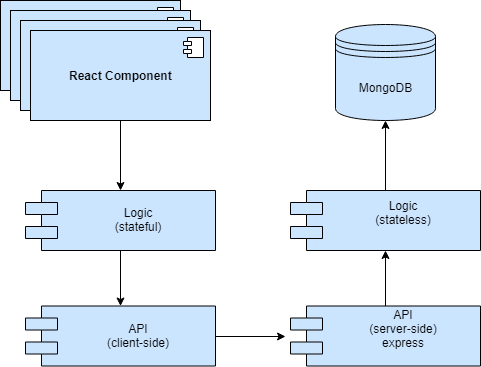
Above: staff/alicia-alcaide/photopin/photopin-doc/images/components.png in b00tc4mp/skylab-bootcamp-201901 (draw.io), before the change. Source tidied: cells renumbered, new cells last; positions are measured from the earlier drawing's top-left corner, leaving out a move shared by most shapes.
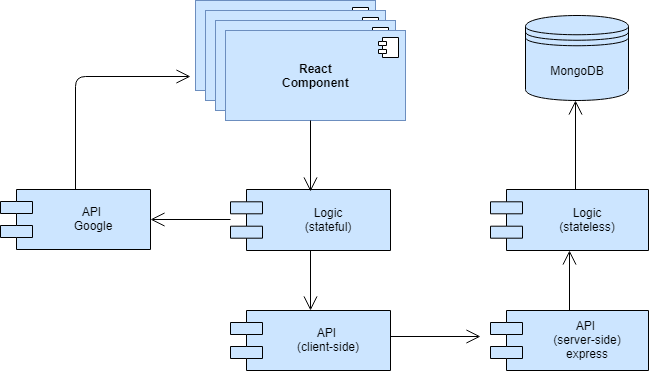
Above is the later version.

Diff of the diagram source:
```diff
@@ -2,69 +2,92 @@
   <root>
     <mxCell id="0" />
     <mxCell id="1" parent="0" />
-    <mxCell id="2" value="&lt;b&gt;React Component&lt;/b&gt;" style="html=1;fillColor=#CCE5FF;" parent="1" vertex="1">
-      <mxGeometry width="180" height="90" as="geometry" />
-    </mxCell>
-    <mxCell id="3" style="shape=component;jettyWidth=8;jettyHeight=4;" parent="2" vertex="1">
-      <mxGeometry x="1" width="20" height="20" relative="1" as="geometry">
-        <mxPoint x="-27" y="7" as="offset" />
-      </mxGeometry>
-    </mxCell>
-    <mxCell id="4" value="&lt;b&gt;React Component&lt;/b&gt;" style="html=1;fillColor=#CCE5FF;" parent="1" vertex="1">
-      <mxGeometry x="10" y="10" width="180" height="90" as="geometry" />
-    </mxCell>
-    <mxCell id="5" style="shape=component;jettyWidth=8;jettyHeight=4;" parent="4" vertex="1">
-      <mxGeometry x="1" width="20" height="20" relative="1" as="geometry">
-        <mxPoint x="-27" y="7" as="offset" />
-      </mxGeometry>
-    </mxCell>
-    <mxCell id="6" value="&lt;b&gt;React Component&lt;/b&gt;" style="html=1;fillColor=#CCE5FF;" parent="1" vertex="1">
-      <mxGeometry x="20" y="20" width="180" height="90" as="geometry" />
-    </mxCell>
-    <mxCell id="7" style="shape=component;jettyWidth=8;jettyHeight=4;" parent="6" vertex="1">
-      <mxGeometry x="1" width="20" height="20" relative="1" as="geometry">
-        <mxPoint x="-27" y="7" as="offset" />
-      </mxGeometry>
-    </mxCell>
-    <mxCell id="8" value="&lt;b&gt;React Component&lt;/b&gt;" style="html=1;fillColor=#CCE5FF;" parent="1" vertex="1">
-      <mxGeometry x="30" y="30" width="180" height="90" as="geometry" />
-    </mxCell>
-    <mxCell id="9" style="shape=component;jettyWidth=8;jettyHeight=4;" parent="8" vertex="1">
-      <mxGeometry x="1" width="20" height="20" relative="1" as="geometry">
-        <mxPoint x="-27" y="7" as="offset" />
-      </mxGeometry>
-    </mxCell>
+    <mxCell id="20" value="«Annotation»&lt;br&gt;&lt;b&gt;Component&lt;/b&gt;" style="html=1;labelBackgroundColor=#ffffff;fillColor=#CCE5FF;strokeColor=#6c8ebf;" parent="1" vertex="1">
+      <mxGeometry x="210" y="-556" width="180" height="90" as="geometry" />
+    </mxCell>
+    <mxCell id="21" style="shape=component;jettyWidth=8;jettyHeight=4;" parent="20" vertex="1">
+      <mxGeometry x="1" width="20" height="20" relative="1" as="geometry">
+        <mxPoint x="-27" y="7" as="offset" />
+      </mxGeometry>
+    </mxCell>
+    <mxCell id="22" value="«Annotation»&lt;br&gt;&lt;b&gt;Component&lt;/b&gt;" style="html=1;labelBackgroundColor=#ffffff;fillColor=#CCE5FF;strokeColor=#6c8ebf;" parent="1" vertex="1">
+      <mxGeometry x="220" y="-546" width="180" height="90" as="geometry" />
+    </mxCell>
+    <mxCell id="23" style="shape=component;jettyWidth=8;jettyHeight=4;" parent="22" vertex="1">
+      <mxGeometry x="1" width="20" height="20" relative="1" as="geometry">
+        <mxPoint x="-27" y="7" as="offset" />
+      </mxGeometry>
+    </mxCell>
+    <mxCell id="24" value="«Annotation»&lt;br&gt;&lt;b&gt;Component&lt;/b&gt;" style="html=1;labelBackgroundColor=#ffffff;fillColor=#CCE5FF;strokeColor=#6c8ebf;" parent="1" vertex="1">
+      <mxGeometry x="230" y="-536" width="180" height="90" as="geometry" />
+    </mxCell>
+    <mxCell id="25" style="shape=component;jettyWidth=8;jettyHeight=4;" parent="24" vertex="1">
+      <mxGeometry x="1" width="20" height="20" relative="1" as="geometry">
+        <mxPoint x="-27" y="7" as="offset" />
+      </mxGeometry>
+    </mxCell>
+    <mxCell id="26" value="&lt;b&gt;React&lt;br&gt;Component&lt;/b&gt;" style="html=1;labelBackgroundColor=none;fillColor=#CCE5FF;strokeColor=#6c8ebf;" parent="1" vertex="1">
+      <mxGeometry x="240" y="-526" width="180" height="90" as="geometry" />
+    </mxCell>
+    <mxCell id="27" style="shape=component;jettyWidth=8;jettyHeight=4;" parent="26" vertex="1">
+      <mxGeometry x="1" width="20" height="20" relative="1" as="geometry">
+        <mxPoint x="-27" y="7" as="offset" />
+      </mxGeometry>
+    </mxCell>
-    <mxCell id="10" value="Logic&#10;(stateful)" style="shape=component;align=center;spacingLeft=36;fillColor=#CCE5FF;verticalAlign=middle;" parent="1" vertex="1">
-      <mxGeometry x="25" y="190" width="190" height="60" as="geometry" />
+    <mxCell id="10" value="&#10;Logic &#10;(stateful)&#10;" style="shape=component;align=center;spacingLeft=36;verticalAlign=middle;textDirection=ltr;labelPosition=center;verticalLabelPosition=middle;fillColor=#CCE5FF;" parent="1" vertex="1">
+      <mxGeometry x="245" y="-367" width="160" height="61" as="geometry" />
     </mxCell>
+    <mxCell id="28" style="endArrow=open;endFill=1;endSize=12;html=1;entryX=0.835;entryY=0.015;entryDx=0;entryDy=0;entryPerimeter=0;" parent="1" edge="1">
+      <mxGeometry relative="1" as="geometry">
+        <mxPoint x="325" y="-436" as="sourcePoint" />
+        <mxPoint x="325" y="-365" as="targetPoint" />
+      </mxGeometry>
+    </mxCell>
-    <mxCell id="11" value="API&#10;(client-side)" style="shape=component;align=center;spacingLeft=36;fillColor=#CCE5FF;verticalAlign=middle;" parent="1" vertex="1">
-      <mxGeometry x="25" y="305.5" width="190" height="60" as="geometry" />
+    <mxCell id="11" value="&#10;API &#10;(client-side)&#10;" style="shape=component;align=center;spacingLeft=36;verticalAlign=middle;textDirection=ltr;labelPosition=center;verticalLabelPosition=middle;fillColor=#CCE5FF;" parent="1" vertex="1">
+      <mxGeometry x="245" y="-246" width="160" height="60" as="geometry" />
     </mxCell>
+    <mxCell id="13" value="&#10;Logic &#10;(stateless)&#10;" style="shape=component;align=center;spacingLeft=36;verticalAlign=middle;textDirection=ltr;labelPosition=center;verticalLabelPosition=middle;fillColor=#CCE5FF;" parent="1" vertex="1">
+      <mxGeometry x="505" y="-367" width="158" height="61" as="geometry" />
+    </mxCell>
-    <mxCell id="12" value="API&#10;(server-side)&#10;express&#10;" style="shape=component;align=center;spacingLeft=36;fillColor=#CCE5FF;verticalAlign=middle;" parent="1" vertex="1">
-      <mxGeometry x="290" y="305.5" width="190" height="60" as="geometry" />
+    <mxCell id="12" value="&#10;API &#10;(server-side)&#10;express&#10;" style="shape=component;align=center;spacingLeft=36;verticalAlign=middle;textDirection=ltr;labelPosition=center;verticalLabelPosition=middle;fillColor=#CCE5FF;" parent="1" vertex="1">
+      <mxGeometry x="505" y="-246" width="158" height="60" as="geometry" />
     </mxCell>
-    <mxCell id="13" value="Logic&#10;(stateless)&#10;" style="shape=component;align=center;spacingLeft=36;fillColor=#CCE5FF;verticalAlign=middle;" parent="1" vertex="1">
-      <mxGeometry x="290" y="190" width="190" height="60" as="geometry" />
-    </mxCell>
-    <mxCell id="14" value="MongoDB" style="shape=datastore;whiteSpace=wrap;html=1;fillColor=#CCE5FF;align=center;" parent="1" vertex="1">
-      <mxGeometry x="335" y="24" width="100" height="96" as="geometry" />
+    <mxCell id="14" value="MongoDB" style="shape=datastore;whiteSpace=wrap;html=1;align=center;fillColor=#CCE5FF;" parent="1" vertex="1">
+      <mxGeometry x="540" y="-541" width="103" height="85" as="geometry" />
     </mxCell>
-    <mxCell id="15" style="endArrow=classic;html=1;exitX=0.5;exitY=1;exitDx=0;exitDy=0;" parent="1" edge="1" source="8" target="10">
-      <mxGeometry relative="1" as="geometry" />
-    </mxCell>
+    <mxCell id="29" style="endArrow=open;endFill=1;endSize=12;html=1;" parent="1" edge="1">
+      <mxGeometry relative="1" as="geometry">
+        <mxPoint x="405" y="-220" as="sourcePoint" />
+        <mxPoint x="495" y="-220" as="targetPoint" />
+      </mxGeometry>
+    </mxCell>
+    <mxCell id="18" style="endArrow=open;endFill=1;endSize=12;html=1;exitX=0.5;exitY=0;exitDx=0;exitDy=0;entryX=0.5;entryY=1;entryDx=0;entryDy=0;" parent="1" edge="1" source="12" target="13">
+      <mxGeometry relative="1" as="geometry" />
+    </mxCell>
+    <mxCell id="30" style="endArrow=open;endFill=1;endSize=12;html=1;exitX=0.5;exitY=0;exitDx=0;exitDy=0;entryX=0.421;entryY=1.002;entryDx=0;entryDy=0;entryPerimeter=0;" parent="1" edge="1">
+      <mxGeometry relative="1" as="geometry">
+        <mxPoint x="590" y="-367" as="sourcePoint" />
+        <mxPoint x="590" y="-456" as="targetPoint" />
+      </mxGeometry>
+    </mxCell>
+    <mxCell id="31" value="&#10;API &#10;Google&#10;" style="shape=component;align=center;spacingLeft=36;verticalAlign=middle;textDirection=ltr;labelPosition=center;verticalLabelPosition=middle;fillColor=#CCE5FF;" parent="1" vertex="1">
+      <mxGeometry x="15" y="-367" width="150" height="60" as="geometry" />
+    </mxCell>
-    <mxCell id="16" style="endArrow=classic;html=1;exitX=0.5;exitY=1;exitDx=0;exitDy=0;" parent="1" edge="1" source="10" target="11">
+    <mxCell id="16" style="endArrow=open;endFill=1;endSize=12;html=1;exitX=0.5;exitY=1;exitDx=0;exitDy=0;" parent="1" edge="1" source="10" target="11">
       <mxGeometry relative="1" as="geometry" />
     </mxCell>
-    <mxCell id="17" style="endArrow=classic;html=1;exitX=1;exitY=0.5;exitDx=0;exitDy=0;" parent="1" edge="1" source="11">
-      <mxGeometry relative="1" as="geometry">
-        <mxPoint x="285" y="336" as="targetPoint" />
-      </mxGeometry>
-    </mxCell>
-    <mxCell id="18" style="endArrow=classic;html=1;" parent="1" edge="1" source="12" target="13">
-      <mxGeometry relative="1" as="geometry" />
-    </mxCell>
-    <mxCell id="19" style="endArrow=classic;html=1;entryX=0.5;entryY=1;entryDx=0;entryDy=0;" parent="1" edge="1" source="13" target="14">
-      <mxGeometry relative="1" as="geometry" />
-    </mxCell>
+    <mxCell id="32" style="endArrow=open;endFill=1;endSize=12;html=1;entryX=1;entryY=0.5;entryDx=0;entryDy=0;" parent="1" edge="1" target="31">
+      <mxGeometry relative="1" as="geometry">
+        <mxPoint x="245" y="-337" as="sourcePoint" />
+      </mxGeometry>
+    </mxCell>
+    <mxCell id="33" style="endArrow=open;endFill=1;endSize=12;html=1;exitX=0.5;exitY=0;exitDx=0;exitDy=0;" parent="1" edge="1" source="31">
+      <mxGeometry relative="1" as="geometry">
+        <mxPoint x="205" y="-480" as="targetPoint" />
+        <Array as="points">
+          <mxPoint x="90" y="-480" />
+        </Array>
+      </mxGeometry>
+    </mxCell>
   </root>
 </mxGraphModel>
```
